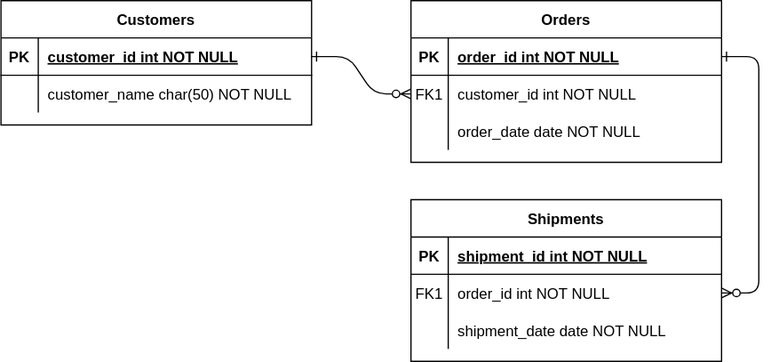
Above: yagop/document/project-board-erd.svg in r34d02ly/yagop (draw.io), before the change. Source tidied: cells renumbered, new cells last; positions are measured from the earlier drawing's top-left corner, leaving out a move shared by most shapes.
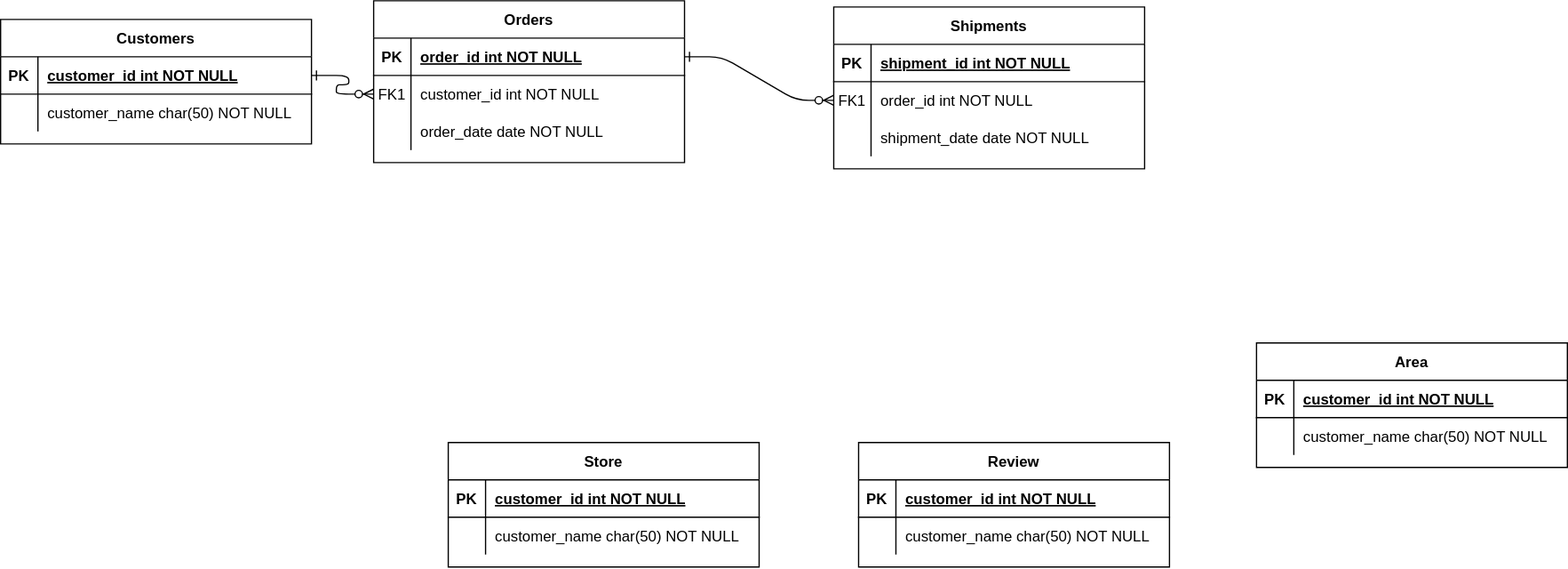
The same diagram one commit later.

The edit, as a diff of the source:
```diff
@@ -9,7 +9,7 @@
       <mxGeometry relative="1" as="geometry" />
     </mxCell>
     <mxCell id="4" value="Orders" style="shape=table;startSize=30;rowLines=0;fontStyle=1;align=center;" parent="1" vertex="1">
-      <mxGeometry x="330" width="250" height="130" as="geometry" />
+      <mxGeometry x="240" y="-25" width="250" height="130" as="geometry" />
     </mxCell>
     <mxCell id="5" style="shape=partialRectangle;fillColor=none;points=[[0,0.5],[1,0.5]];portConstraint=eastwest;top=0;left=0;right=0;bottom=1;" parent="4" vertex="1">
       <mxGeometry y="30" width="250" height="30" as="geometry" />
@@ -39,7 +39,7 @@
       <mxGeometry x="30" width="220" height="30" as="geometry" />
     </mxCell>
     <mxCell id="14" value="Shipments" style="shape=table;startSize=30;rowLines=0;fontStyle=1;align=center;" parent="1" vertex="1">
-      <mxGeometry x="330" y="160" width="250" height="130" as="geometry" />
+      <mxGeometry x="610" y="-20" width="250" height="130" as="geometry" />
     </mxCell>
     <mxCell id="15" style="shape=partialRectangle;fillColor=none;top=0;left=0;right=0;bottom=1;" parent="14" vertex="1">
       <mxGeometry y="30" width="250" height="30" as="geometry" />
@@ -69,7 +69,7 @@
       <mxGeometry x="30" width="220" height="30" as="geometry" />
     </mxCell>
     <mxCell id="24" value="Customers" style="shape=table;startSize=30;rowLines=0;fontStyle=1;align=center;" parent="1" vertex="1">
-      <mxGeometry width="250" height="100" as="geometry" />
+      <mxGeometry x="-60" y="-10" width="250" height="100" as="geometry" />
     </mxCell>
     <mxCell id="25" style="shape=partialRectangle;fillColor=none;points=[[0,0.5],[1,0.5]];portConstraint=eastwest;top=0;left=0;right=0;bottom=1;" parent="24" vertex="1">
       <mxGeometry y="30" width="250" height="30" as="geometry" />
@@ -89,5 +89,68 @@
     <mxCell id="30" value="customer_name char(50) NOT NULL" style="shape=partialRectangle;overflow=hidden;fillColor=none;top=0;left=0;bottom=0;right=0;align=left;spacingLeft=6;" parent="28" vertex="1">
       <mxGeometry x="30" width="220" height="30" as="geometry" />
     </mxCell>
+    <mxCell id="31" value="Store" style="shape=table;startSize=30;rowLines=0;fontStyle=1;align=center;" parent="1" vertex="1">
+      <mxGeometry x="300" y="330" width="250" height="100" as="geometry" />
+    </mxCell>
+    <mxCell id="32" style="shape=partialRectangle;fillColor=none;top=0;left=0;right=0;bottom=1;" parent="31" vertex="1">
+      <mxGeometry y="30" width="250" height="30" as="geometry" />
+    </mxCell>
+    <mxCell id="33" value="PK" style="shape=partialRectangle;overflow=hidden;fillColor=none;top=0;left=0;bottom=0;right=0;fontStyle=1;" parent="32" vertex="1">
+      <mxGeometry width="30" height="30" as="geometry" />
+    </mxCell>
+    <mxCell id="34" value="customer_id int NOT NULL " style="shape=partialRectangle;overflow=hidden;fillColor=none;top=0;left=0;bottom=0;right=0;align=left;spacingLeft=6;fontStyle=5;" parent="32" vertex="1">
+      <mxGeometry x="30" width="220" height="30" as="geometry" />
+    </mxCell>
+    <mxCell id="35" style="shape=partialRectangle;fillColor=none;top=0;left=0;right=0;bottom=0;" parent="31" vertex="1">
+      <mxGeometry y="60" width="250" height="30" as="geometry" />
+    </mxCell>
+    <mxCell id="36" style="shape=partialRectangle;overflow=hidden;fillColor=none;top=0;left=0;bottom=0;right=0;" parent="35" vertex="1">
+      <mxGeometry width="30" height="30" as="geometry" />
+    </mxCell>
+    <mxCell id="37" value="customer_name char(50) NOT NULL" style="shape=partialRectangle;overflow=hidden;fillColor=none;top=0;left=0;bottom=0;right=0;align=left;spacingLeft=6;" parent="35" vertex="1">
+      <mxGeometry x="30" width="220" height="30" as="geometry" />
+    </mxCell>
+    <mxCell id="38" value="Review" style="shape=table;startSize=30;rowLines=0;fontStyle=1;align=center;" parent="1" vertex="1">
+      <mxGeometry x="630" y="330" width="250" height="100" as="geometry" />
+    </mxCell>
+    <mxCell id="39" style="shape=partialRectangle;fillColor=none;top=0;left=0;right=0;bottom=1;" parent="38" vertex="1">
+      <mxGeometry y="30" width="250" height="30" as="geometry" />
+    </mxCell>
+    <mxCell id="40" value="PK" style="shape=partialRectangle;overflow=hidden;fillColor=none;top=0;left=0;bottom=0;right=0;fontStyle=1;" parent="39" vertex="1">
+      <mxGeometry width="30" height="30" as="geometry" />
+    </mxCell>
+    <mxCell id="41" value="customer_id int NOT NULL " style="shape=partialRectangle;overflow=hidden;fillColor=none;top=0;left=0;bottom=0;right=0;align=left;spacingLeft=6;fontStyle=5;" parent="39" vertex="1">
+      <mxGeometry x="30" width="220" height="30" as="geometry" />
+    </mxCell>
+    <mxCell id="42" style="shape=partialRectangle;fillColor=none;top=0;left=0;right=0;bottom=0;" parent="38" vertex="1">
+      <mxGeometry y="60" width="250" height="30" as="geometry" />
+    </mxCell>
+    <mxCell id="43" style="shape=partialRectangle;overflow=hidden;fillColor=none;top=0;left=0;bottom=0;right=0;" parent="42" vertex="1">
+      <mxGeometry width="30" height="30" as="geometry" />
+    </mxCell>
+    <mxCell id="44" value="customer_name char(50) NOT NULL" style="shape=partialRectangle;overflow=hidden;fillColor=none;top=0;left=0;bottom=0;right=0;align=left;spacingLeft=6;" parent="42" vertex="1">
+      <mxGeometry x="30" width="220" height="30" as="geometry" />
+    </mxCell>
+    <mxCell id="45" value="Area" style="shape=table;startSize=30;rowLines=0;fontStyle=1;align=center;" parent="1" vertex="1">
+      <mxGeometry x="950" y="250" width="250" height="100" as="geometry" />
+    </mxCell>
+    <mxCell id="46" style="shape=partialRectangle;fillColor=none;top=0;left=0;right=0;bottom=1;" parent="45" vertex="1">
+      <mxGeometry y="30" width="250" height="30" as="geometry" />
+    </mxCell>
+    <mxCell id="47" value="PK" style="shape=partialRectangle;overflow=hidden;fillColor=none;top=0;left=0;bottom=0;right=0;fontStyle=1;" parent="46" vertex="1">
+      <mxGeometry width="30" height="30" as="geometry" />
+    </mxCell>
+    <mxCell id="48" value="customer_id int NOT NULL " style="shape=partialRectangle;overflow=hidden;fillColor=none;top=0;left=0;bottom=0;right=0;align=left;spacingLeft=6;fontStyle=5;" parent="46" vertex="1">
+      <mxGeometry x="30" width="220" height="30" as="geometry" />
+    </mxCell>
+    <mxCell id="49" style="shape=partialRectangle;fillColor=none;top=0;left=0;right=0;bottom=0;" parent="45" vertex="1">
+      <mxGeometry y="60" width="250" height="30" as="geometry" />
+    </mxCell>
+    <mxCell id="50" style="shape=partialRectangle;overflow=hidden;fillColor=none;top=0;left=0;bottom=0;right=0;" parent="49" vertex="1">
+      <mxGeometry width="30" height="30" as="geometry" />
+    </mxCell>
+    <mxCell id="51" value="customer_name char(50) NOT NULL" style="shape=partialRectangle;overflow=hidden;fillColor=none;top=0;left=0;bottom=0;right=0;align=left;spacingLeft=6;" parent="49" vertex="1">
+      <mxGeometry x="30" width="220" height="30" as="geometry" />
+    </mxCell>
   </root>
 </mxGraphModel>
```
